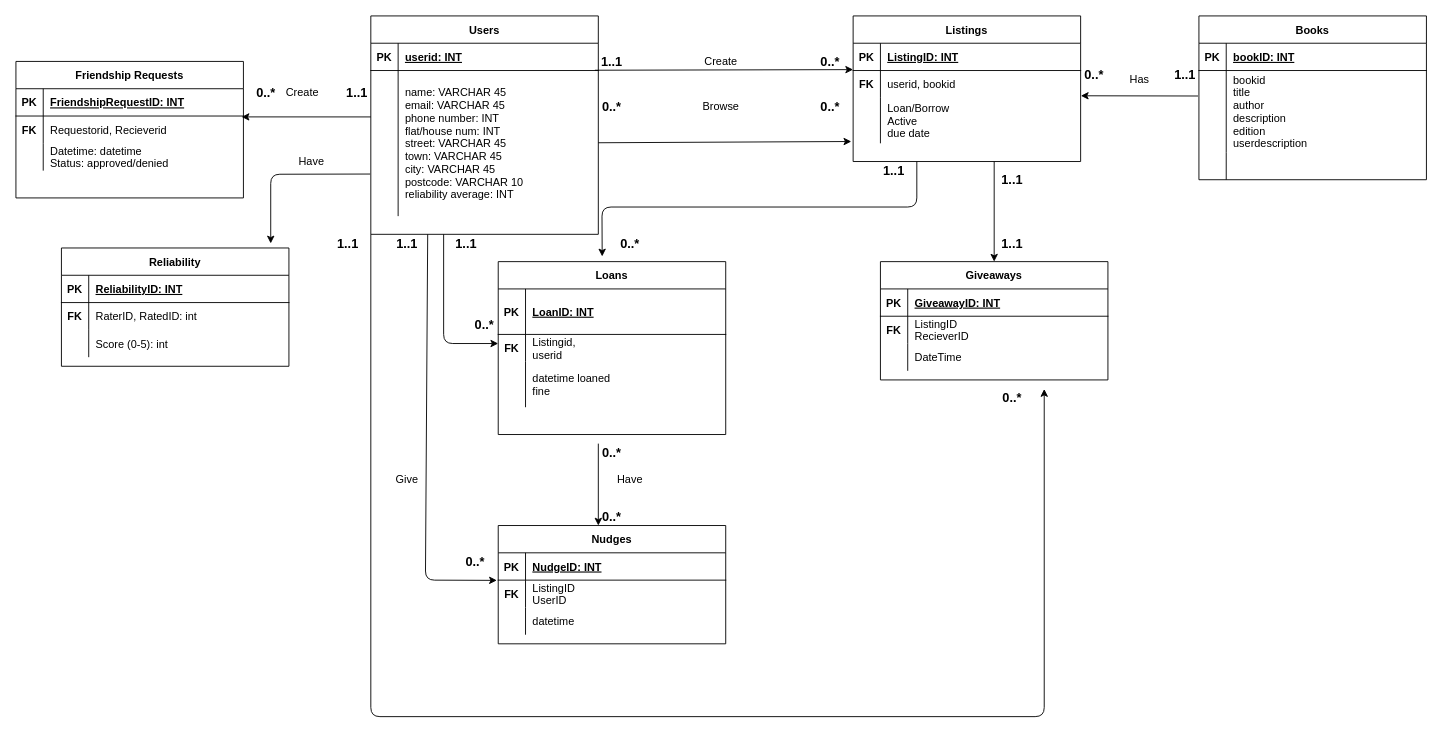
Earlier version of the draw.io diagram CourseworkER.drawio (willdonlan8/hello-world). Source tidied: cells renumbered, new cells numbered last; positions are measured from the earlier drawing's top-left corner, leaving out a move shared by most shapes. Both pictures are drawn from the tidied source at 91%, with x=0, y=0 at pixel (15, 15).
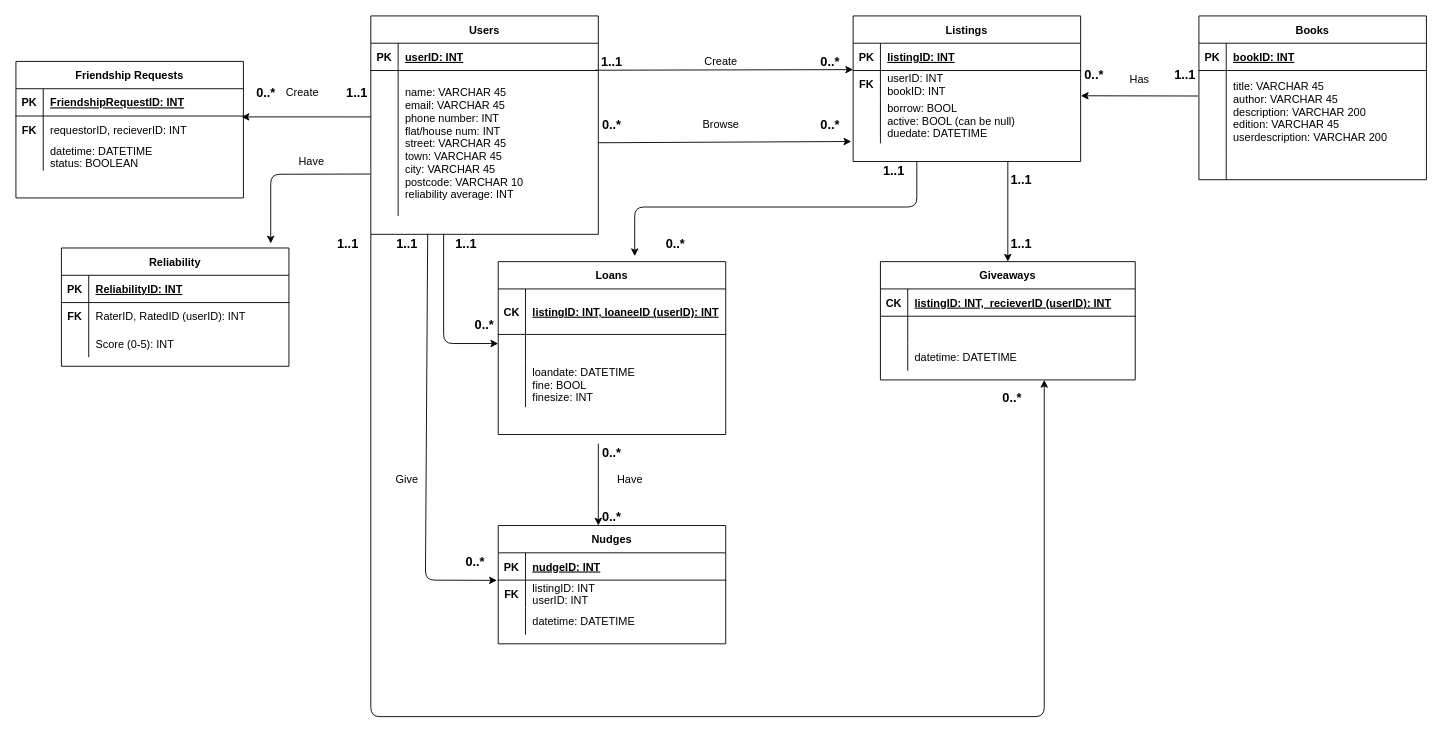
The same page after the edit.

Unchanged cells that the change refers to:
```xml
<mxCell id="2" value="Nudges" style="shape=table;startSize=30;childLayout=tableLayout;rowLines=0;fontStyle=1;align=center;" parent="1" vertex="1">
  <mxGeometry x="530" y="560" width="250" height="130" as="geometry" />
</mxCell>
<mxCell id="3" style="shape=partialRectangle;fillColor=none;top=0;left=0;right=0;bottom=1;" parent="2" vertex="1">
  <mxGeometry y="30" width="250" height="30" as="geometry" />
</mxCell>
<mxCell id="6" style="shape=partialRectangle;fillColor=none;points=[[0,0.5],[1,0.5]];portConstraint=eastwest;top=0;left=0;right=0;bottom=0;" parent="2" vertex="1">
  <mxGeometry y="60" width="250" height="30" as="geometry" />
</mxCell>
<mxCell id="9" style="shape=partialRectangle;fillColor=none;top=0;left=0;right=0;bottom=0;" parent="2" vertex="1">
  <mxGeometry y="90" width="250" height="30" as="geometry" />
</mxCell>
<mxCell id="16" style="shape=partialRectangle;fillColor=none;top=0;left=0;right=0;bottom=0;" parent="12" vertex="1">
  <mxGeometry y="60" width="250" height="90" as="geometry" />
</mxCell>
<mxCell id="22" value="Users" style="shape=table;startSize=30;childLayout=tableLayout;rowLines=0;fontStyle=1;align=center;" parent="1" vertex="1">
  <mxGeometry x="390" width="250" height="240" as="geometry" />
</mxCell>
<mxCell id="23" style="shape=partialRectangle;fillColor=none;top=0;left=0;right=0;bottom=1;" parent="22" vertex="1">
  <mxGeometry y="30" width="250" height="30" as="geometry" />
</mxCell>
<mxCell id="33" style="shape=partialRectangle;fillColor=none;points=[[0,0.5],[1,0.5]];portConstraint=eastwest;top=0;left=0;right=0;bottom=0;" parent="29" vertex="1">
  <mxGeometry y="60" width="250" height="30" as="geometry" />
</mxCell>
<mxCell id="36" style="shape=partialRectangle;fillColor=none;top=0;left=0;right=0;bottom=0;" parent="29" vertex="1">
  <mxGeometry y="90" width="250" height="30" as="geometry" />
</mxCell>
<mxCell id="39" value="Loans" style="shape=table;startSize=30;childLayout=tableLayout;rowLines=0;fontStyle=1;align=center;" parent="1" vertex="1">
  <mxGeometry x="530" y="270" width="250" height="190" as="geometry" />
</mxCell>
<mxCell id="40" style="shape=partialRectangle;fillColor=none;top=0;left=0;right=0;bottom=1;" parent="39" vertex="1">
  <mxGeometry y="30" width="250" height="50" as="geometry" />
</mxCell>
<mxCell id="43" style="shape=partialRectangle;fillColor=none;top=0;left=0;right=0;bottom=0;" parent="39" vertex="1">
  <mxGeometry y="80" width="250" height="30" as="geometry" />
</mxCell>
<mxCell id="46" style="shape=partialRectangle;fillColor=none;top=0;left=0;right=0;bottom=0;" parent="39" vertex="1">
  <mxGeometry y="110" width="250" height="50" as="geometry" />
</mxCell>
<mxCell id="60" style="shape=partialRectangle;fillColor=none;top=0;left=0;right=0;bottom=1;" parent="59" vertex="1">
  <mxGeometry y="30" width="250" height="30" as="geometry" />
</mxCell>
<mxCell id="63" style="shape=partialRectangle;fillColor=none;top=0;left=0;right=0;bottom=0;" parent="59" vertex="1">
  <mxGeometry y="60" width="250" height="30" as="geometry" />
</mxCell>
<mxCell id="66" style="shape=partialRectangle;fillColor=none;points=[[0,0.5],[1,0.5]];portConstraint=eastwest;top=0;left=0;right=0;bottom=0;" parent="59" vertex="1">
  <mxGeometry y="90" width="250" height="50" as="geometry" />
</mxCell>
<mxCell id="101" style="shape=partialRectangle;fillColor=none;top=0;left=0;right=0;bottom=0;" parent="97" vertex="1">
  <mxGeometry y="60" width="250" height="30" as="geometry" />
</mxCell>
<mxCell id="104" style="shape=partialRectangle;fillColor=none;top=0;left=0;right=0;bottom=0;" parent="97" vertex="1">
  <mxGeometry y="90" width="250" height="30" as="geometry" />
</mxCell>
```

The edit, as a diff of the source:
```diff
@@
-    <mxCell id="5" value="NudgeID: INT" style="shape=partialRectangle;overflow=hidden;fillColor=none;top=0;left=0;bottom=0;right=0;align=left;spacingLeft=6;fontStyle=5;" parent="3" vertex="1">
+    <mxCell id="5" value="nudgeID: INT" style="shape=partialRectangle;overflow=hidden;fillColor=none;top=0;left=0;bottom=0;right=0;align=left;spacingLeft=6;fontStyle=5;" parent="3" vertex="1">
       <mxGeometry x="30" width="220" height="30" as="geometry" />
     </mxCell>
@@
-    <mxCell id="8" value="ListingID&#10;UserID" style="shape=partialRectangle;overflow=hidden;fillColor=none;top=0;left=0;bottom=0;right=0;align=left;spacingLeft=6;" parent="6" vertex="1">
+    <mxCell id="8" value="listingID: INT&#10;userID: INT" style="shape=partialRectangle;overflow=hidden;fillColor=none;top=0;left=0;bottom=0;right=0;align=left;spacingLeft=6;" parent="6" vertex="1">
       <mxGeometry x="30" width="220" height="30" as="geometry" />
     </mxCell>
@@
-    <mxCell id="11" value="datetime" style="shape=partialRectangle;overflow=hidden;fillColor=none;top=0;left=0;bottom=0;right=0;align=left;spacingLeft=6;" parent="9" vertex="1">
+    <mxCell id="11" value="datetime: DATETIME" style="shape=partialRectangle;overflow=hidden;fillColor=none;top=0;left=0;bottom=0;right=0;align=left;spacingLeft=6;" parent="9" vertex="1">
       <mxGeometry x="30" width="220" height="30" as="geometry" />
     </mxCell>
@@
-    <mxCell id="18" value="bookid&#10;title&#10;author&#10;description&#10;edition&#10;userdescription" style="shape=partialRectangle;overflow=hidden;fillColor=none;top=0;left=0;bottom=0;right=0;align=left;spacingLeft=6;" parent="16" vertex="1">
+    <mxCell id="18" value="title: VARCHAR 45&#10;author: VARCHAR 45&#10;description: VARCHAR 200&#10;edition: VARCHAR 45&#10;userdescription: VARCHAR 200" style="shape=partialRectangle;overflow=hidden;fillColor=none;top=0;left=0;bottom=0;right=0;align=left;spacingLeft=6;" parent="16" vertex="1">
       <mxGeometry x="30" width="220" height="90" as="geometry" />
     </mxCell>
@@
-    <mxCell id="25" value="userid: INT" style="shape=partialRectangle;overflow=hidden;fillColor=none;top=0;left=0;bottom=0;right=0;align=left;spacingLeft=6;fontStyle=5;" parent="23" vertex="1">
+    <mxCell id="25" value="userID: INT" style="shape=partialRectangle;overflow=hidden;fillColor=none;top=0;left=0;bottom=0;right=0;align=left;spacingLeft=6;fontStyle=5;" parent="23" vertex="1">
       <mxGeometry x="30" width="220" height="30" as="geometry" />
     </mxCell>
@@
-    <mxCell id="35" value="Requestorid, Recieverid" style="shape=partialRectangle;overflow=hidden;fillColor=none;top=0;left=0;bottom=0;right=0;align=left;spacingLeft=6;fontStyle=0;" parent="33" vertex="1">
+    <mxCell id="35" value="requestorID, recieverID: INT" style="shape=partialRectangle;overflow=hidden;fillColor=none;top=0;left=0;bottom=0;right=0;align=left;spacingLeft=6;fontStyle=0;" parent="33" vertex="1">
       <mxGeometry x="30" width="220" height="30" as="geometry" />
     </mxCell>
@@
-    <mxCell id="38" value="Datetime: datetime&#10;Status: approved/denied" style="shape=partialRectangle;overflow=hidden;fillColor=none;top=0;left=0;bottom=0;right=0;align=left;spacingLeft=6;" parent="36" vertex="1">
+    <mxCell id="38" value="datetime: DATETIME&#10;status: BOOLEAN" style="shape=partialRectangle;overflow=hidden;fillColor=none;top=0;left=0;bottom=0;right=0;align=left;spacingLeft=6;" parent="36" vertex="1">
       <mxGeometry x="30" width="220" height="30" as="geometry" />
     </mxCell>
@@
-    <mxCell id="41" value="PK" style="shape=partialRectangle;overflow=hidden;fillColor=none;top=0;left=0;bottom=0;right=0;fontStyle=1;" parent="40" vertex="1">
+    <mxCell id="41" value="CK" style="shape=partialRectangle;overflow=hidden;fillColor=none;top=0;left=0;bottom=0;right=0;fontStyle=1;" parent="40" vertex="1">
       <mxGeometry width="30" height="50" as="geometry" />
     </mxCell>
-    <mxCell id="42" value="LoanID: INT" style="shape=partialRectangle;overflow=hidden;fillColor=none;top=0;left=0;bottom=0;right=0;align=left;spacingLeft=6;fontStyle=5;" parent="40" vertex="1">
+    <mxCell id="42" value="listingID: INT, loaneeID (userID): INT" style="shape=partialRectangle;overflow=hidden;fillColor=none;top=0;left=0;bottom=0;right=0;align=left;spacingLeft=6;fontStyle=5;" parent="40" vertex="1">
       <mxGeometry x="30" width="220" height="50" as="geometry" />
     </mxCell>
@@
-    <mxCell id="44" value="FK" style="shape=partialRectangle;overflow=hidden;fillColor=none;top=0;left=0;bottom=0;right=0;fontStyle=1;" parent="43" vertex="1">
+    <mxCell id="44" style="shape=partialRectangle;overflow=hidden;fillColor=none;top=0;left=0;bottom=0;right=0;fontStyle=1;" parent="43" vertex="1">
       <mxGeometry width="30" height="30" as="geometry" />
     </mxCell>
-    <mxCell id="45" value="Listingid, &#10;userid&#10;&#10;" style="shape=partialRectangle;overflow=hidden;fillColor=none;top=0;left=0;bottom=0;right=0;align=left;spacingLeft=6;" parent="43" vertex="1">
+    <mxCell id="45" style="shape=partialRectangle;overflow=hidden;fillColor=none;top=0;left=0;bottom=0;right=0;align=left;spacingLeft=6;" parent="43" vertex="1">
       <mxGeometry x="30" width="220" height="30" as="geometry" />
     </mxCell>
@@
-    <mxCell id="48" value="datetime loaned&#10;fine" style="shape=partialRectangle;overflow=hidden;fillColor=none;top=0;left=0;bottom=0;right=0;align=left;spacingLeft=6;" parent="46" vertex="1">
+    <mxCell id="48" value="loandate: DATETIME&#10;fine: BOOL&#10;finesize: INT" style="shape=partialRectangle;overflow=hidden;fillColor=none;top=0;left=0;bottom=0;right=0;align=left;spacingLeft=6;" parent="46" vertex="1">
       <mxGeometry x="30" width="220" height="50" as="geometry" />
     </mxCell>
     <mxCell id="49" value="Giveaways" style="shape=table;startSize=30;childLayout=tableLayout;rowLines=0;fontStyle=1;align=center;" parent="1" vertex="1">
-      <mxGeometry x="950" y="270" width="250" height="130" as="geometry" />
+      <mxGeometry x="950" y="270" width="280" height="130" as="geometry" />
     </mxCell>
     <mxCell id="50" style="shape=partialRectangle;fillColor=none;top=0;left=0;right=0;bottom=1;" parent="49" vertex="1">
-      <mxGeometry y="30" width="250" height="30" as="geometry" />
+      <mxGeometry y="30" width="280" height="30" as="geometry" />
     </mxCell>
-    <mxCell id="51" value="PK" style="shape=partialRectangle;overflow=hidden;fillColor=none;top=0;left=0;bottom=0;right=0;fontStyle=1;" parent="50" vertex="1">
+    <mxCell id="51" value="CK" style="shape=partialRectangle;overflow=hidden;fillColor=none;top=0;left=0;bottom=0;right=0;fontStyle=1;" parent="50" vertex="1">
       <mxGeometry width="30" height="30" as="geometry" />
     </mxCell>
-    <mxCell id="52" value="GiveawayID: INT" style="shape=partialRectangle;overflow=hidden;fillColor=none;top=0;left=0;bottom=0;right=0;align=left;spacingLeft=6;fontStyle=5;" parent="50" vertex="1">
-      <mxGeometry x="30" width="220" height="30" as="geometry" />
+    <mxCell id="52" value="listingID: INT,  recieverID (userID): INT" style="shape=partialRectangle;overflow=hidden;fillColor=none;top=0;left=0;bottom=0;right=0;align=left;spacingLeft=6;fontStyle=5;" parent="50" vertex="1">
+      <mxGeometry x="30" width="250" height="30" as="geometry" />
     </mxCell>
     <mxCell id="53" style="shape=partialRectangle;fillColor=none;top=0;left=0;right=0;bottom=0;" parent="49" vertex="1">
-      <mxGeometry y="60" width="250" height="30" as="geometry" />
+      <mxGeometry y="60" width="280" height="30" as="geometry" />
     </mxCell>
-    <mxCell id="54" value="FK" style="shape=partialRectangle;overflow=hidden;fillColor=none;top=0;left=0;bottom=0;right=0;fontStyle=1;" parent="53" vertex="1">
+    <mxCell id="54" style="shape=partialRectangle;overflow=hidden;fillColor=none;top=0;left=0;bottom=0;right=0;fontStyle=1;" parent="53" vertex="1">
       <mxGeometry width="30" height="30" as="geometry" />
     </mxCell>
-    <mxCell id="55" value="ListingID&#10;RecieverID" style="shape=partialRectangle;overflow=hidden;fillColor=none;top=0;left=0;bottom=0;right=0;align=left;spacingLeft=6;" parent="53" vertex="1">
-      <mxGeometry x="30" width="220" height="30" as="geometry" />
+    <mxCell id="55" style="shape=partialRectangle;overflow=hidden;fillColor=none;top=0;left=0;bottom=0;right=0;align=left;spacingLeft=6;" parent="53" vertex="1">
+      <mxGeometry x="30" width="250" height="30" as="geometry" />
     </mxCell>
     <mxCell id="56" style="shape=partialRectangle;fillColor=none;top=0;left=0;right=0;bottom=0;" parent="49" vertex="1">
-      <mxGeometry y="90" width="250" height="30" as="geometry" />
+      <mxGeometry y="90" width="280" height="30" as="geometry" />
     </mxCell>
@@
-    <mxCell id="58" value="DateTime" style="shape=partialRectangle;overflow=hidden;fillColor=none;top=0;left=0;bottom=0;right=0;align=left;spacingLeft=6;" parent="56" vertex="1">
-      <mxGeometry x="30" width="220" height="30" as="geometry" />
+    <mxCell id="58" value="datetime: DATETIME" style="shape=partialRectangle;overflow=hidden;fillColor=none;top=0;left=0;bottom=0;right=0;align=left;spacingLeft=6;" parent="56" vertex="1">
+      <mxGeometry x="30" width="250" height="30" as="geometry" />
     </mxCell>
@@
-    <mxCell id="62" value="ListingID: INT" style="shape=partialRectangle;overflow=hidden;fillColor=none;top=0;left=0;bottom=0;right=0;align=left;spacingLeft=6;fontStyle=5;" parent="60" vertex="1">
+    <mxCell id="62" value="listingID: INT" style="shape=partialRectangle;overflow=hidden;fillColor=none;top=0;left=0;bottom=0;right=0;align=left;spacingLeft=6;fontStyle=5;" parent="60" vertex="1">
       <mxGeometry x="30" width="220" height="30" as="geometry" />
     </mxCell>
@@
-    <mxCell id="65" value="userid, bookid" style="shape=partialRectangle;overflow=hidden;fillColor=none;top=0;left=0;bottom=0;right=0;align=left;spacingLeft=6;" parent="63" vertex="1">
+    <mxCell id="65" value="userID: INT&#10;bookID: INT" style="shape=partialRectangle;overflow=hidden;fillColor=none;top=0;left=0;bottom=0;right=0;align=left;spacingLeft=6;" parent="63" vertex="1">
       <mxGeometry x="30" width="220" height="30" as="geometry" />
     </mxCell>
@@
-    <mxCell id="68" value="Loan/Borrow&#10;Active&#10;due date" style="shape=partialRectangle;overflow=hidden;fillColor=none;top=0;left=0;bottom=0;right=0;align=left;spacingLeft=6;" parent="66" vertex="1">
+    <mxCell id="68" value="borrow: BOOL&#10;active: BOOL (can be null)&#10;duedate: DATETIME" style="shape=partialRectangle;overflow=hidden;fillColor=none;top=0;left=0;bottom=0;right=0;align=left;spacingLeft=6;" parent="66" vertex="1">
       <mxGeometry x="30" width="220" height="50" as="geometry" />
     </mxCell>
@@
     <mxCell id="70" value="Browse" style="text;html=1;strokeColor=none;fillColor=none;align=center;verticalAlign=middle;whiteSpace=wrap;rounded=0;" parent="1" vertex="1">
-      <mxGeometry x="730" y="90" width="90" height="20" as="geometry" />
+      <mxGeometry x="730" y="110" width="90" height="20" as="geometry" />
     </mxCell>
@@
     <mxCell id="73" value="&lt;b&gt;&lt;font style=&quot;font-size: 14px&quot;&gt;0..*&lt;/font&gt;&lt;/b&gt;" style="text;html=1;strokeColor=none;fillColor=none;align=center;verticalAlign=middle;whiteSpace=wrap;rounded=0;" parent="1" vertex="1">
-      <mxGeometry x="850" y="90" width="90" height="20" as="geometry" />
+      <mxGeometry x="850" y="110" width="90" height="20" as="geometry" />
     </mxCell>
     <mxCell id="74" value="&lt;font style=&quot;font-size: 14px&quot;&gt;&lt;b&gt;0..*&lt;/b&gt;&lt;/font&gt;" style="text;html=1;strokeColor=none;fillColor=none;align=center;verticalAlign=middle;whiteSpace=wrap;rounded=0;" parent="1" vertex="1">
-      <mxGeometry x="610" y="90" width="90" height="20" as="geometry" />
+      <mxGeometry x="610" y="110" width="90" height="20" as="geometry" />
     </mxCell>
@@
-    <mxCell id="78" style="endArrow=classic;html=1;entryX=0.457;entryY=-0.03;entryDx=0;entryDy=0;entryPerimeter=0;" parent="1" edge="1" target="39">
+    <mxCell id="78" style="endArrow=classic;html=1;" parent="1" edge="1">
       <mxGeometry relative="1" as="geometry">
         <mxPoint x="990" y="160" as="sourcePoint" />
+        <mxPoint x="680" y="264" as="targetPoint" />
         <Array as="points">
           <mxPoint x="990" y="210" />
-          <mxPoint x="644" y="210" />
+          <mxPoint x="680" y="210" />
         </Array>
       </mxGeometry>
     </mxCell>
     <mxCell id="79" style="endArrow=classic;html=1;entryX=0.5;entryY=0;entryDx=0;entryDy=0;" parent="1" edge="1" target="49">
       <mxGeometry relative="1" as="geometry">
-        <mxPoint x="1075" y="160" as="sourcePoint" />
+        <mxPoint x="1090" y="160" as="sourcePoint" />
       </mxGeometry>
     </mxCell>
     <mxCell id="80" style="endArrow=classic;html=1;entryX=0.44;entryY=0;entryDx=0;entryDy=0;entryPerimeter=0;" parent="1" edge="1" target="2">
       <mxGeometry relative="1" as="geometry">
         <mxPoint x="640" y="470" as="sourcePoint" />
+        <Array as="points">
+          <mxPoint x="640" y="530" />
+        </Array>
       </mxGeometry>
     </mxCell>
@@
     <mxCell id="87" value="&lt;span style=&quot;font-size: 14px&quot;&gt;&lt;b&gt;0..*&lt;/b&gt;&lt;/span&gt;" style="text;html=1;strokeColor=none;fillColor=none;align=center;verticalAlign=middle;whiteSpace=wrap;rounded=0;" parent="1" vertex="1">
-      <mxGeometry x="630" y="240" width="90" height="20" as="geometry" />
+      <mxGeometry x="680" y="240" width="90" height="20" as="geometry" />
     </mxCell>
@@
     <mxCell id="91" value="&lt;b&gt;&lt;font style=&quot;font-size: 14px&quot;&gt;1..1&lt;/font&gt;&lt;/b&gt;" style="text;html=1;strokeColor=none;fillColor=none;align=center;verticalAlign=middle;whiteSpace=wrap;rounded=0;" parent="1" vertex="1">
-      <mxGeometry x="1050" y="170" width="90" height="20" as="geometry" />
+      <mxGeometry x="1060" y="170" width="90" height="20" as="geometry" />
     </mxCell>
     <mxCell id="92" value="&lt;b&gt;&lt;font style=&quot;font-size: 14px&quot;&gt;1..1&lt;/font&gt;&lt;/b&gt;" style="text;html=1;strokeColor=none;fillColor=none;align=center;verticalAlign=middle;whiteSpace=wrap;rounded=0;" parent="1" vertex="1">
-      <mxGeometry x="1050" y="240" width="90" height="20" as="geometry" />
+      <mxGeometry x="1060" y="240" width="90" height="20" as="geometry" />
     </mxCell>
@@
-    <mxCell id="103" value="RaterID, RatedID: int" style="shape=partialRectangle;overflow=hidden;fillColor=none;top=0;left=0;bottom=0;right=0;align=left;spacingLeft=6;" parent="101" vertex="1">
+    <mxCell id="103" value="RaterID, RatedID (userID): INT" style="shape=partialRectangle;overflow=hidden;fillColor=none;top=0;left=0;bottom=0;right=0;align=left;spacingLeft=6;" parent="101" vertex="1">
       <mxGeometry x="30" width="220" height="30" as="geometry" />
     </mxCell>
@@
-    <mxCell id="106" value="Score (0-5): int" style="shape=partialRectangle;overflow=hidden;fillColor=none;top=0;left=0;bottom=0;right=0;align=left;spacingLeft=6;" parent="104" vertex="1">
+    <mxCell id="106" value="Score (0-5): INT" style="shape=partialRectangle;overflow=hidden;fillColor=none;top=0;left=0;bottom=0;right=0;align=left;spacingLeft=6;" parent="104" vertex="1">
       <mxGeometry x="30" width="220" height="30" as="geometry" />
     </mxCell>
@@
     <mxCell id="114" style="endArrow=classic;html=1;exitX=0;exitY=1;exitDx=0;exitDy=0;" parent="1" edge="1" source="22">
       <mxGeometry relative="1" as="geometry">
-        <mxPoint x="1130" y="410" as="targetPoint" />
+        <mxPoint x="1130" y="400" as="targetPoint" />
         <Array as="points">
           <mxPoint x="390" y="770" />
           <mxPoint x="1130" y="770" />
         </Array>
       </mxGeometry>
     </mxCell>
```
